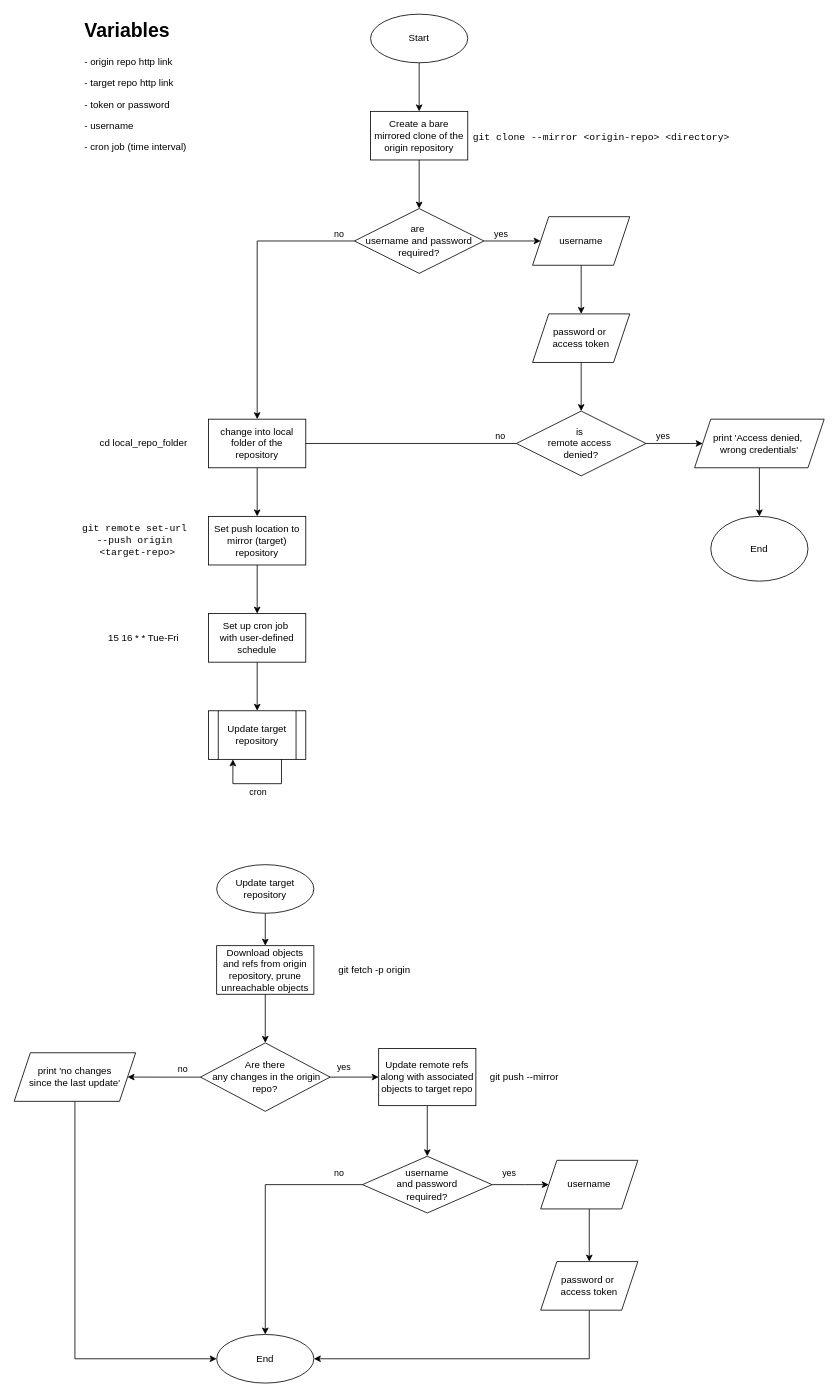
Above: flowchart/git-mirror.drawio in raphi-tech/git-mirror (draw.io), before the change. Source tidied: cells renumbered, new cells numbered last; positions are measured from the earlier drawing's top-left corner, leaving out a move shared by most shapes. Both pictures are drawn from the tidied source at 81%, with x=0, y=0 at pixel (14, 14).
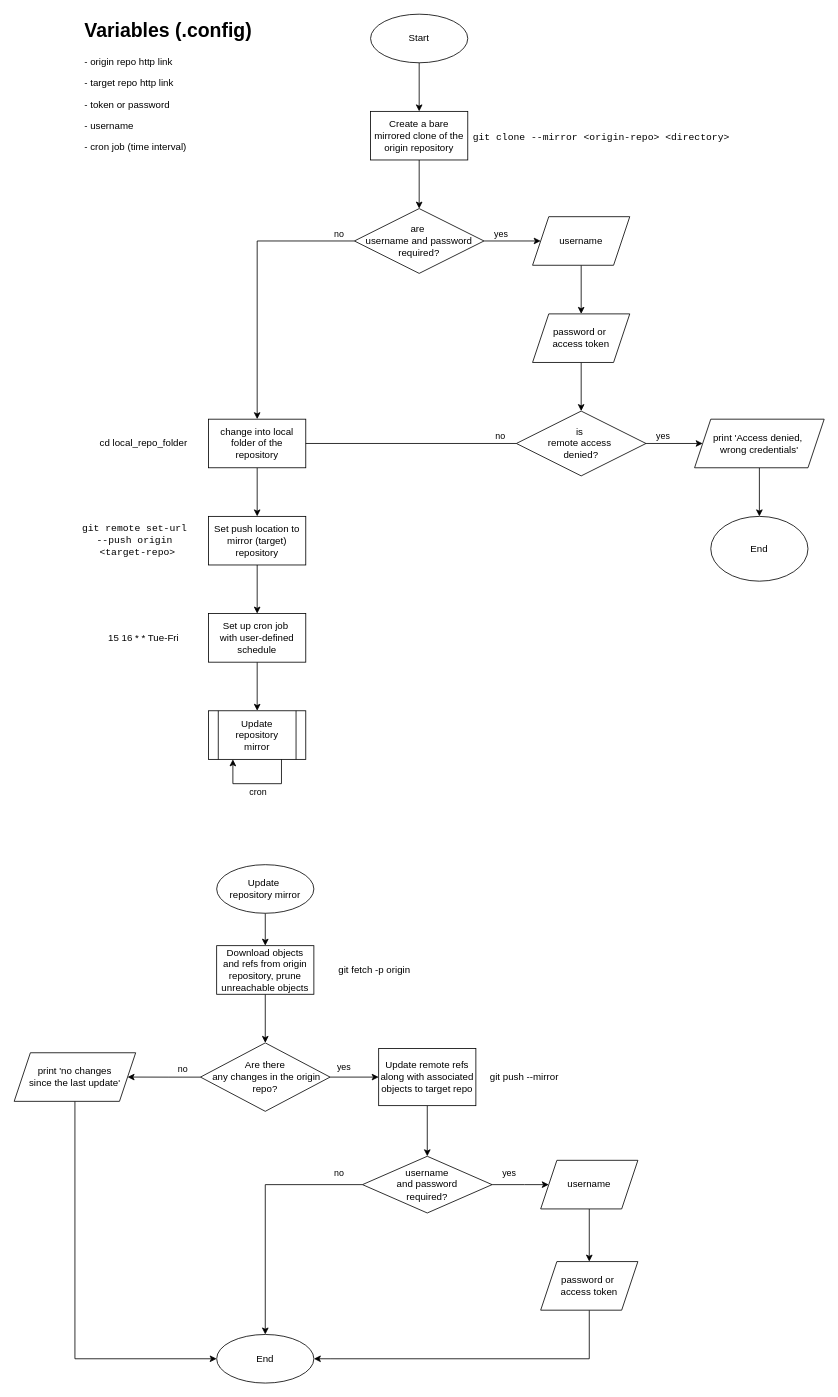
Above is the later version.

Diff of the diagram source:
```diff
@@
-    <mxCell id="49" value="&lt;h1 style=&quot;margin-top: 0px;&quot;&gt;Variables&lt;/h1&gt;&lt;p&gt;- origin repo http link&lt;/p&gt;&lt;p&gt;- target repo http link&lt;/p&gt;&lt;p&gt;- token or password&lt;/p&gt;&lt;p&gt;- username&lt;/p&gt;&lt;p&gt;- cron job (time interval)&lt;/p&gt;" style="text;html=1;whiteSpace=wrap;overflow=hidden;rounded=0;" parent="1" vertex="1">
+    <mxCell id="49" value="&lt;h1 style=&quot;margin-top: 0px;&quot;&gt;Variables (.config)&lt;/h1&gt;&lt;p&gt;- origin repo http link&lt;/p&gt;&lt;p&gt;- target repo http link&lt;/p&gt;&lt;p&gt;- token or password&lt;/p&gt;&lt;p&gt;- username&lt;/p&gt;&lt;p&gt;- cron job (time interval)&lt;/p&gt;" style="text;html=1;whiteSpace=wrap;overflow=hidden;rounded=0;" parent="1" vertex="1">
       <mxGeometry x="85" width="247.5" height="210" as="geometry" />
     </mxCell>
@@
-    <mxCell id="55" value="Update target repository" style="shape=process;whiteSpace=wrap;html=1;backgroundOutline=1;" parent="1" vertex="1">
+    <mxCell id="55" value="&lt;div&gt;Update repository&lt;/div&gt;&lt;div&gt;mirror&lt;/div&gt;" style="shape=process;whiteSpace=wrap;html=1;backgroundOutline=1;" parent="1" vertex="1">
       <mxGeometry x="240" y="860" width="120" height="60" as="geometry" />
     </mxCell>
@@
-    <mxCell id="57" value="Update target repository" style="ellipse;whiteSpace=wrap;html=1;" parent="1" vertex="1">
+    <mxCell id="57" value="&lt;div&gt;Update&amp;nbsp;&lt;/div&gt;&lt;div&gt;repository mirror&lt;/div&gt;" style="ellipse;whiteSpace=wrap;html=1;" parent="1" vertex="1">
       <mxGeometry x="250" y="1050" width="120" height="60" as="geometry" />
     </mxCell>
```
